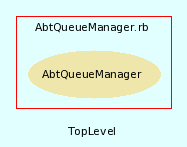
Before: src/trunk/doc/dot/f_5.png, a diagram exported from Graphviz (eschabell/abtlinux). Its source is kept beside it as src/trunk/doc/dot/f_5.dot.
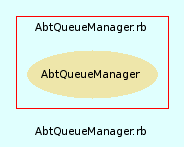
After the change.

The edit, as a diff of the source:
```diff
@@ -3,7 +3,7 @@
     bgcolor = lightcyan1
     fontname = Arial
     fontsize = 8
-    label = "TopLevel"
+    label = "AbtQueueManager.rb"
     node [
         fontname = Arial,
         fontsize = 8,
```
